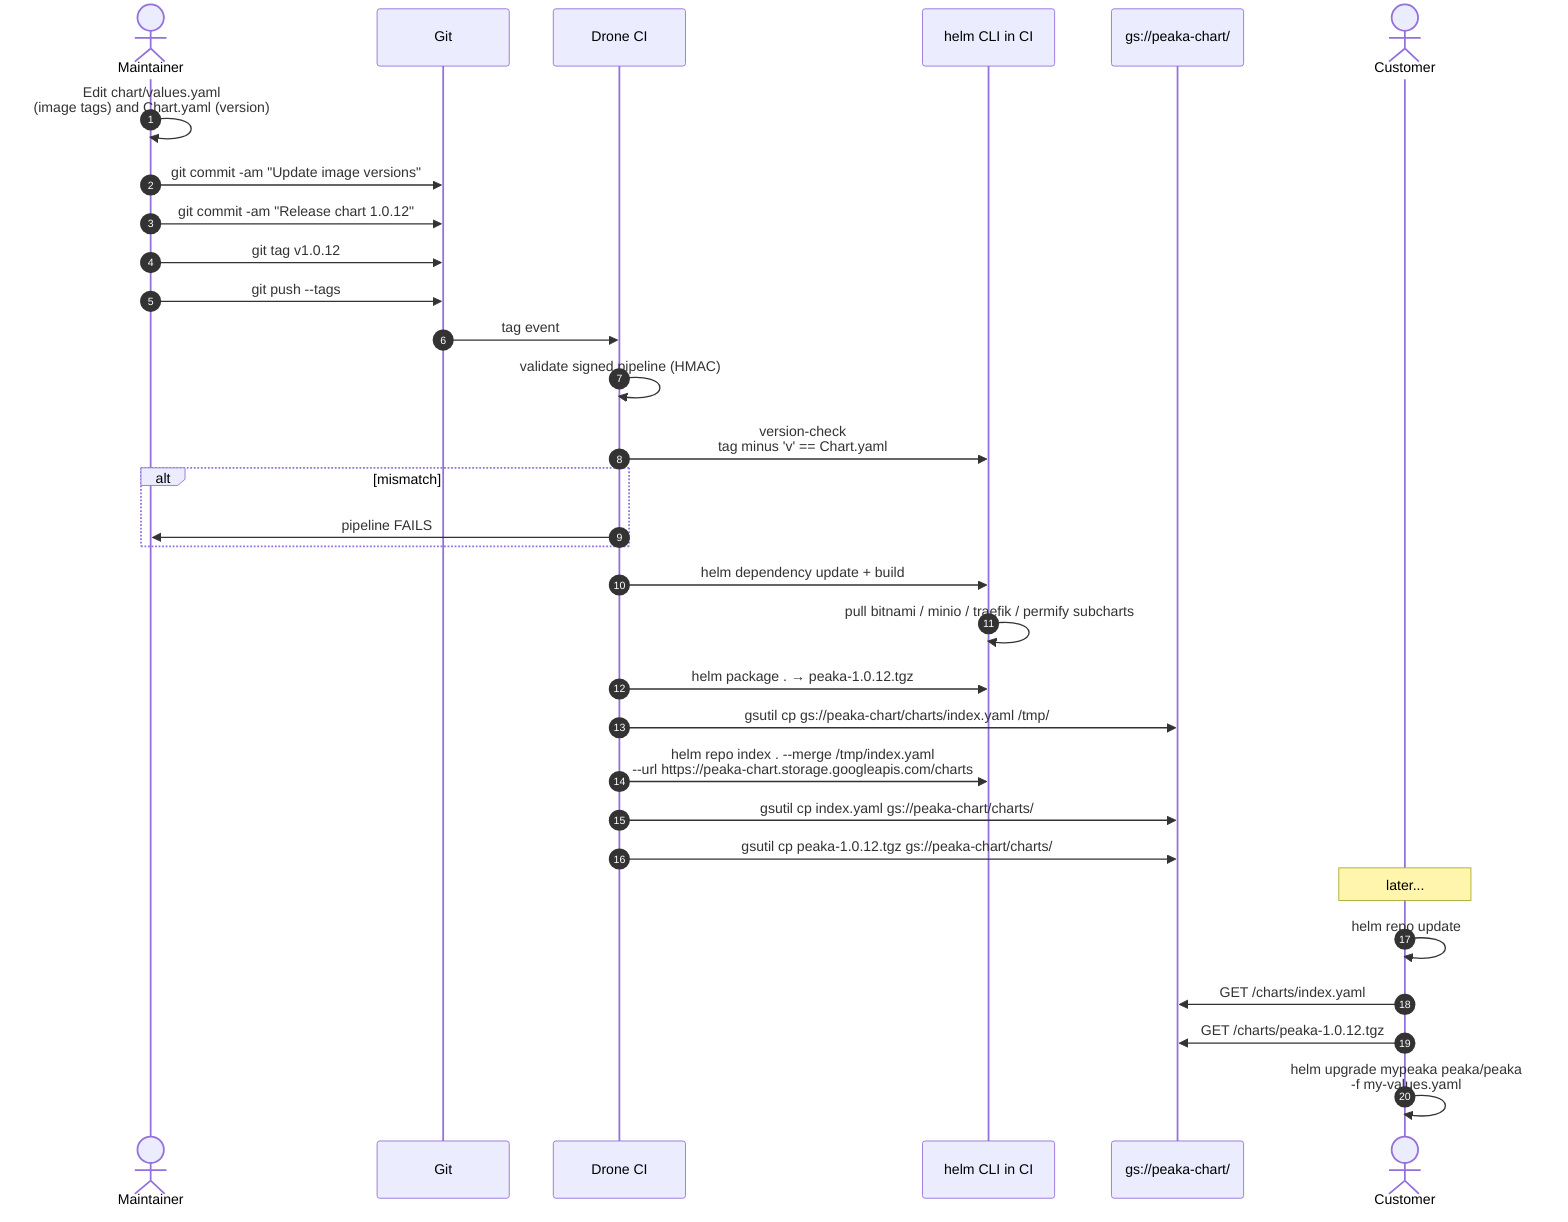
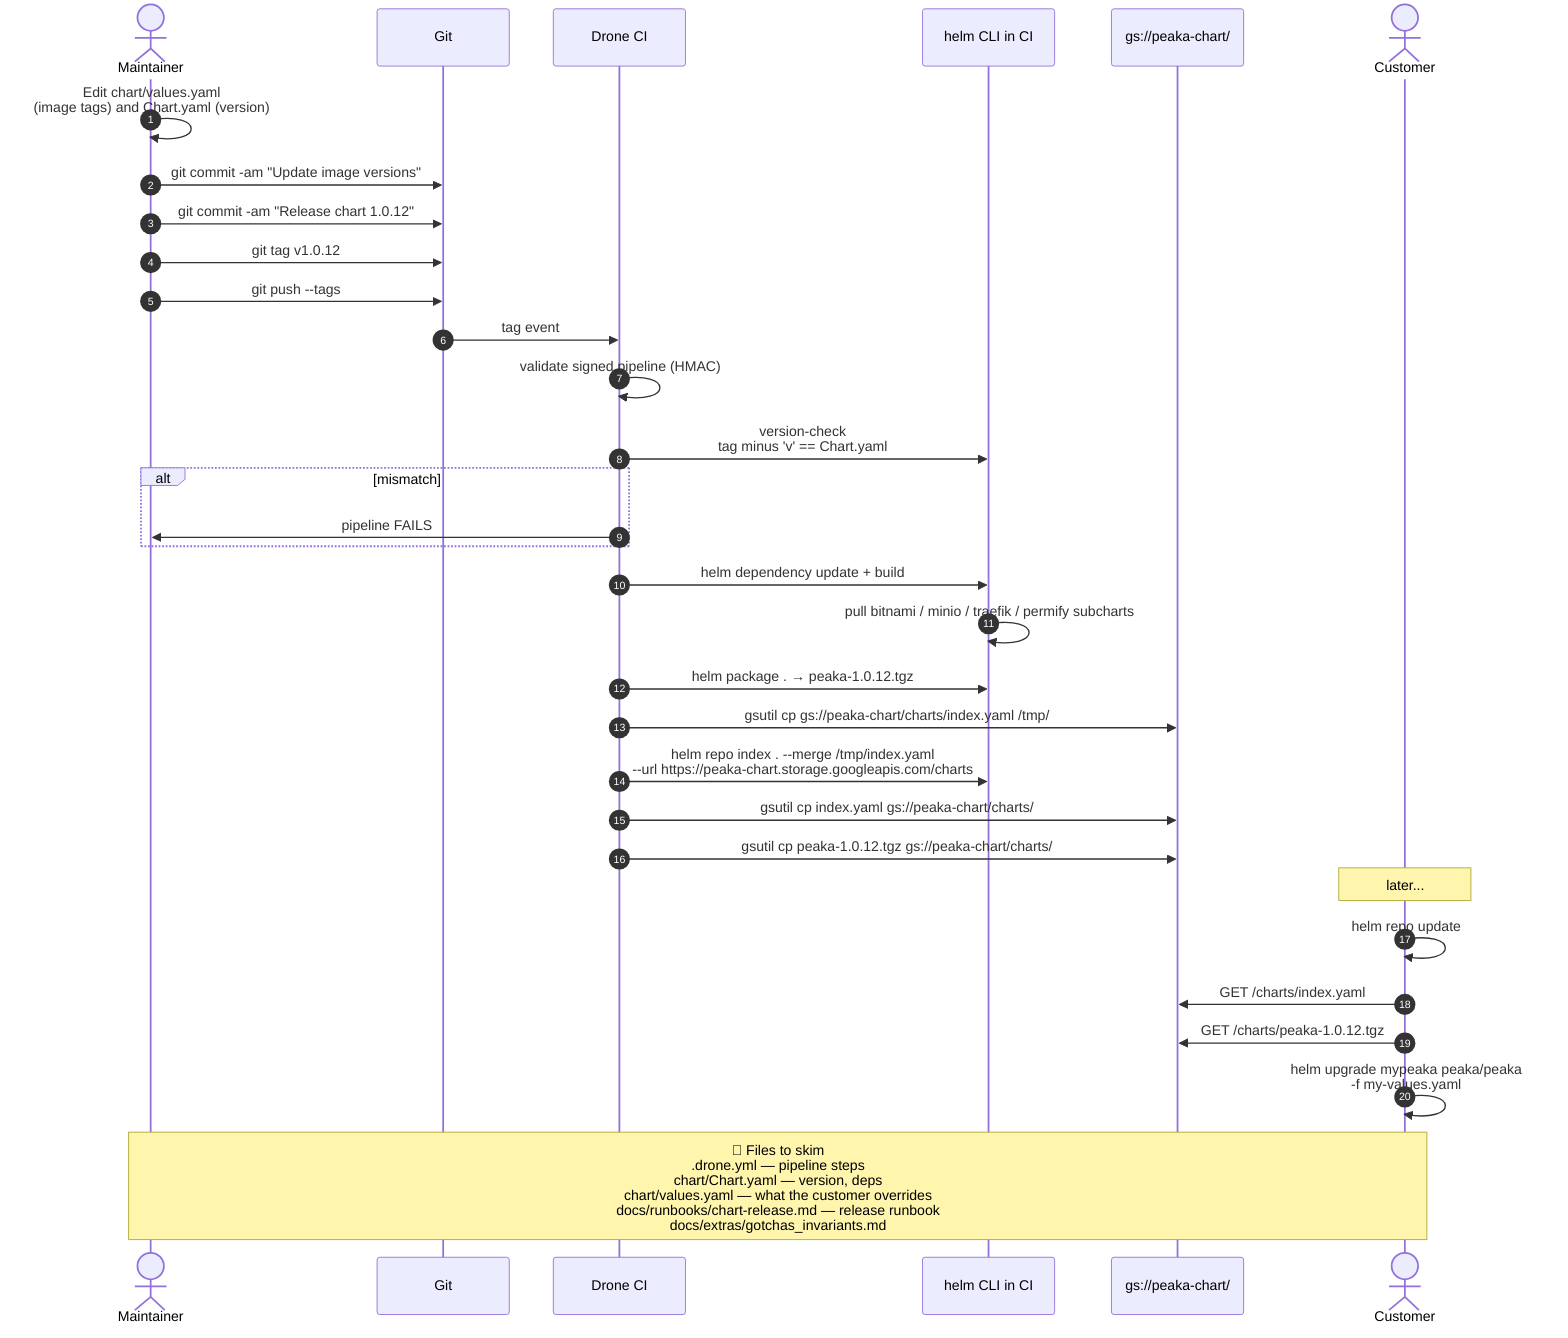
sequenceDiagram
    autonumber
    actor M as Maintainer
    participant G as Git
    participant D as Drone CI
    participant H as helm CLI in CI
    participant GCS as gs://peaka-chart/
    actor C as Customer

    M->>M: Edit chart/values.yaml<br/>(image tags) and Chart.yaml (version)
    M->>G: git commit -am "Update image versions"
    M->>G: git commit -am "Release chart 1.0.12"
    M->>G: git tag v1.0.12
    M->>G: git push --tags

    G->>D: tag event
    D->>D: validate signed pipeline (HMAC)

    D->>H: version-check<br/>tag minus 'v' == Chart.yaml#version?
    alt mismatch
        D->>M: pipeline FAILS
    end

    D->>H: helm dependency update + build
    H->>H: pull bitnami / minio / traefik / permify subcharts
    D->>H: helm package . → peaka-1.0.12.tgz

    D->>GCS: gsutil cp gs://peaka-chart/charts/index.yaml /tmp/
    D->>H: helm repo index . --merge /tmp/index.yaml<br/>--url https://peaka-chart.storage.googleapis.com/charts

    D->>GCS: gsutil cp index.yaml gs://peaka-chart/charts/
    D->>GCS: gsutil cp peaka-1.0.12.tgz gs://peaka-chart/charts/

    Note over C: later...
    C->>C: helm repo update
    C->>GCS: GET /charts/index.yaml
    C->>GCS: GET /charts/peaka-1.0.12.tgz
    C->>C: helm upgrade mypeaka peaka/peaka<br/>-f my-values.yaml
+ 
+     Note over M,C: 📂 Files to skim<br/>.drone.yml — pipeline steps<br/>chart/Chart.yaml — version, deps<br/>chart/values.yaml — what the customer overrides<br/>docs/runbooks/chart-release.md — release runbook<br/>docs/extras/gotchas_invariants.md#8 — version-tag invariant
